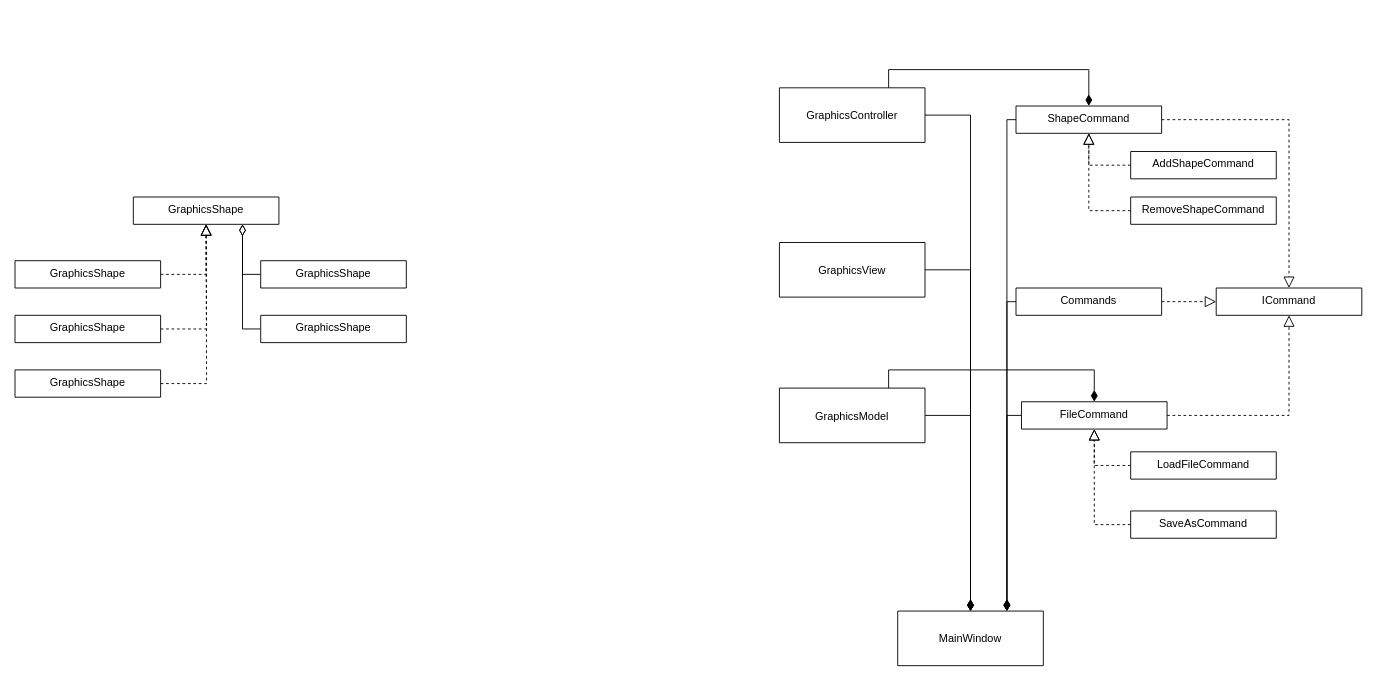
Above: Untitled Diagram.drawio in Rishat22/GraphicsEditorArchitecture (draw.io), before the change. Source tidied: cells renumbered, new cells numbered last; positions are measured from the earlier drawing's top-left corner, leaving out a move shared by most shapes. Both pictures are drawn from the tidied source at 91%, with x=0, y=0 at pixel (15, 87).
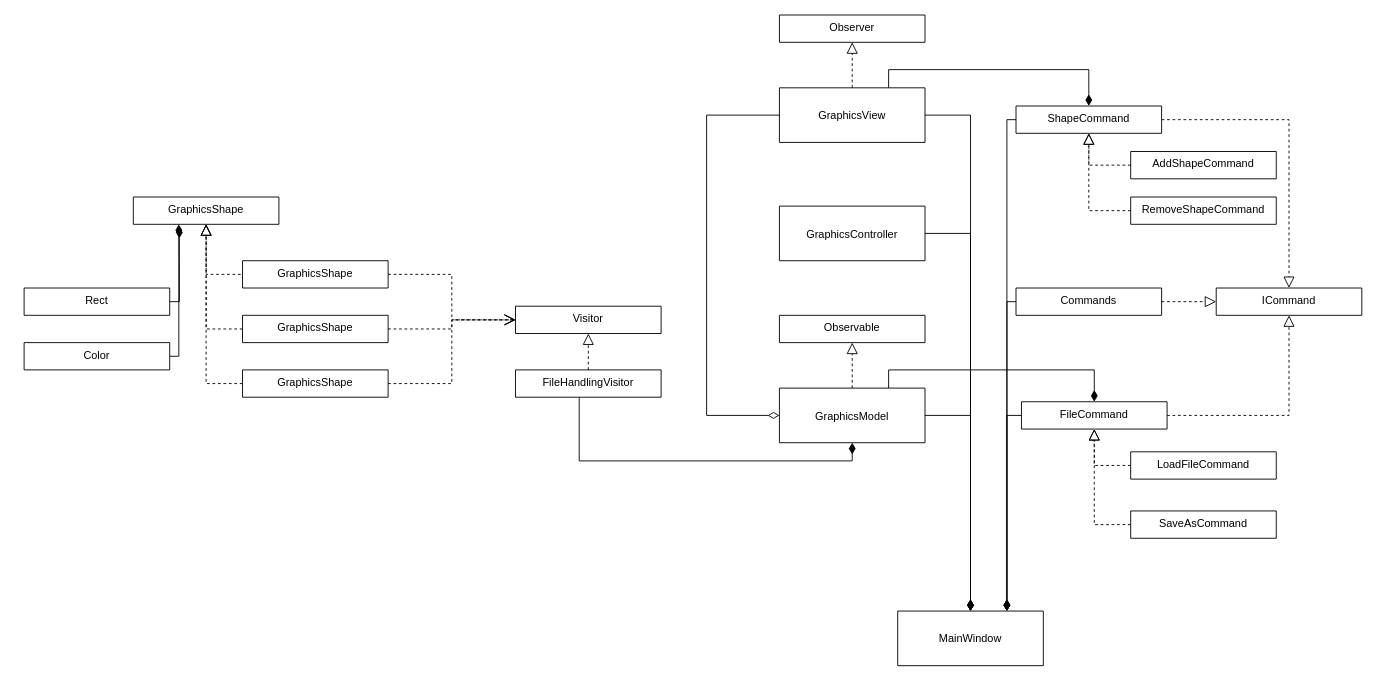
The same page after the edit.

The change refers to these unchanged cells:
```xml
<mxCell id="2" value="GraphicsShape" style="swimlane;fontStyle=0;align=center;verticalAlign=top;horizontal=1;startSize=88;rounded=0;shadow=0;strokeWidth=1;" parent="1" vertex="1">
  <mxGeometry x="130" y="120" width="160" height="30" as="geometry" />
</mxCell>
<mxCell id="15" value="GraphicsModel" style="swimlane;fontStyle=0;align=center;verticalAlign=middle;horizontal=1;startSize=88;rounded=0;shadow=0;strokeWidth=1;" parent="1" vertex="1">
  <mxGeometry x="840" y="330" width="160" height="60" as="geometry" />
</mxCell>
```

Diff of the diagram source:
```diff
@@
     <mxCell id="3" style="edgeStyle=orthogonalEdgeStyle;rounded=0;jettySize=auto;html=1;exitX=1;exitY=0.5;exitDx=0;exitDy=0;entryX=0.5;entryY=1;entryDx=0;entryDy=0;endSize=10;endArrow=block;endFill=0;dashed=1;" parent="1" edge="1" source="4" target="2">
-      <mxGeometry relative="1" as="geometry" />
+      <mxGeometry relative="1" as="geometry">
+        <Array as="points">
+          <mxPoint x="210" y="205" />
+        </Array>
+      </mxGeometry>
     </mxCell>
+    <mxCell id="40" style="edgeStyle=orthogonalEdgeStyle;rounded=0;jettySize=auto;html=1;entryX=0;entryY=0.5;entryDx=0;entryDy=0;endArrow=open;endFill=0;endSize=10;dashed=1;" parent="1" edge="1" source="4" target="53">
+      <mxGeometry relative="1" as="geometry" />
+    </mxCell>
     <mxCell id="4" value="GraphicsShape" style="swimlane;fontStyle=0;align=center;verticalAlign=top;horizontal=1;startSize=88;rounded=0;shadow=0;strokeWidth=1;" parent="1" vertex="1">
-      <mxGeometry y="190" width="160" height="30" as="geometry" />
+      <mxGeometry x="250" y="190" width="160" height="30" as="geometry" />
     </mxCell>
-    <mxCell id="5" style="edgeStyle=orthogonalEdgeStyle;rounded=0;jettySize=auto;html=1;exitX=1;exitY=0.5;exitDx=0;exitDy=0;endSize=10;endArrow=block;endFill=0;dashed=1;" parent="1" edge="1" source="6">
+    <mxCell id="5" style="edgeStyle=orthogonalEdgeStyle;rounded=0;jettySize=auto;html=1;exitX=0;exitY=0.5;exitDx=0;exitDy=0;endSize=10;endArrow=block;endFill=0;dashed=1;" parent="1" edge="1" source="6">
       <mxGeometry relative="1" as="geometry">
         <mxPoint x="210" y="150" as="targetPoint" />
+        <Array as="points">
+          <mxPoint x="210" y="265" />
+        </Array>
       </mxGeometry>
     </mxCell>
+    <mxCell id="41" style="edgeStyle=orthogonalEdgeStyle;rounded=0;jettySize=auto;html=1;entryX=0;entryY=0.5;entryDx=0;entryDy=0;endArrow=open;endFill=0;endSize=10;dashed=1;" parent="1" edge="1" source="6" target="53">
+      <mxGeometry relative="1" as="geometry" />
+    </mxCell>
     <mxCell id="6" value="GraphicsShape" style="swimlane;fontStyle=0;align=center;verticalAlign=top;horizontal=1;startSize=88;rounded=0;shadow=0;strokeWidth=1;" parent="1" vertex="1">
-      <mxGeometry y="250" width="160" height="30" as="geometry" />
+      <mxGeometry x="250" y="250" width="160" height="30" as="geometry" />
     </mxCell>
-    <mxCell id="7" style="edgeStyle=orthogonalEdgeStyle;rounded=0;jettySize=auto;html=1;exitX=1;exitY=0.5;exitDx=0;exitDy=0;endSize=10;endArrow=block;endFill=0;dashed=1;" parent="1" edge="1" source="8">
+    <mxCell id="7" style="edgeStyle=orthogonalEdgeStyle;rounded=0;jettySize=auto;html=1;exitX=0;exitY=0.5;exitDx=0;exitDy=0;endSize=10;endArrow=block;endFill=0;dashed=1;" parent="1" edge="1" source="8">
       <mxGeometry relative="1" as="geometry">
         <mxPoint x="210" y="150" as="targetPoint" />
+        <Array as="points">
+          <mxPoint x="210" y="325" />
+        </Array>
       </mxGeometry>
     </mxCell>
+    <mxCell id="42" style="edgeStyle=orthogonalEdgeStyle;rounded=0;jettySize=auto;html=1;entryX=0;entryY=0.5;entryDx=0;entryDy=0;endArrow=open;endFill=0;endSize=10;dashed=1;" parent="1" edge="1" source="8" target="53">
+      <mxGeometry relative="1" as="geometry" />
+    </mxCell>
     <mxCell id="8" value="GraphicsShape" style="swimlane;fontStyle=0;align=center;verticalAlign=top;horizontal=1;startSize=88;rounded=0;shadow=0;strokeWidth=1;" parent="1" vertex="1">
-      <mxGeometry y="310" width="160" height="30" as="geometry" />
+      <mxGeometry x="250" y="310" width="160" height="30" as="geometry" />
     </mxCell>
-    <mxCell id="9" style="edgeStyle=orthogonalEdgeStyle;rounded=0;jettySize=auto;html=1;exitX=0;exitY=0.5;exitDx=0;exitDy=0;endArrow=diamondThin;endFill=0;endSize=10;" parent="1" edge="1" source="10">
-      <mxGeometry relative="1" as="geometry">
-        <mxPoint x="250" y="150" as="targetPoint" />
-      </mxGeometry>
-    </mxCell>
+    <mxCell id="43" style="edgeStyle=orthogonalEdgeStyle;rounded=0;jettySize=auto;html=1;entryX=0.316;entryY=1.084;entryDx=0;entryDy=0;entryPerimeter=0;endArrow=diamondThin;endFill=1;endSize=10;" parent="1" edge="1" source="10" target="2">
+      <mxGeometry relative="1" as="geometry">
+        <Array as="points">
+          <mxPoint x="181" y="235" />
+        </Array>
+      </mxGeometry>
+    </mxCell>
-    <mxCell id="10" value="GraphicsShape" style="swimlane;fontStyle=0;align=center;verticalAlign=top;horizontal=1;startSize=88;rounded=0;shadow=0;strokeWidth=1;" parent="1" vertex="1">
-      <mxGeometry x="270" y="190" width="160" height="30" as="geometry" />
+    <mxCell id="10" value="Rect" style="swimlane;fontStyle=0;align=center;verticalAlign=top;horizontal=1;startSize=88;rounded=0;shadow=0;strokeWidth=1;" parent="1" vertex="1">
+      <mxGeometry x="10" y="220" width="160" height="30" as="geometry" />
     </mxCell>
-    <mxCell id="11" style="edgeStyle=orthogonalEdgeStyle;rounded=0;jettySize=auto;html=1;exitX=0;exitY=0.5;exitDx=0;exitDy=0;entryX=0.75;entryY=1;entryDx=0;entryDy=0;endArrow=diamondThin;endFill=0;endSize=10;" parent="1" edge="1" source="12" target="2">
-      <mxGeometry relative="1" as="geometry" />
-    </mxCell>
+    <mxCell id="44" style="edgeStyle=orthogonalEdgeStyle;rounded=0;jettySize=auto;html=1;endArrow=diamondThin;endFill=1;endSize=10;" parent="1" edge="1" source="12">
+      <mxGeometry relative="1" as="geometry">
+        <mxPoint x="180" y="150" as="targetPoint" />
+        <Array as="points">
+          <mxPoint x="180" y="295" />
+        </Array>
+      </mxGeometry>
+    </mxCell>
-    <mxCell id="12" value="GraphicsShape" style="swimlane;fontStyle=0;align=center;verticalAlign=top;horizontal=1;startSize=88;rounded=0;shadow=0;strokeWidth=1;" parent="1" vertex="1">
-      <mxGeometry x="270" y="250" width="160" height="30" as="geometry" />
+    <mxCell id="12" value="Color" style="swimlane;fontStyle=0;align=center;verticalAlign=top;horizontal=1;startSize=88;rounded=0;shadow=0;strokeWidth=1;" parent="1" vertex="1">
+      <mxGeometry x="10" y="280" width="160" height="30" as="geometry" />
     </mxCell>
@@
+    <mxCell id="45" style="edgeStyle=orthogonalEdgeStyle;rounded=0;jettySize=auto;html=1;entryX=0.5;entryY=1;entryDx=0;entryDy=0;endArrow=block;endFill=0;endSize=10;dashed=1;" parent="1" edge="1" source="15" target="49">
+      <mxGeometry relative="1" as="geometry" />
+    </mxCell>
@@
-    <mxCell id="18" value="GraphicsView" style="swimlane;fontStyle=0;align=center;verticalAlign=middle;horizontal=1;startSize=88;rounded=0;shadow=0;strokeWidth=1;" parent="1" vertex="1">
-      <mxGeometry x="840" y="170" width="160" height="60" as="geometry" />
+    <mxCell id="18" value="GraphicsController" style="swimlane;fontStyle=0;align=center;verticalAlign=middle;horizontal=1;startSize=88;rounded=0;shadow=0;strokeWidth=1;" parent="1" vertex="1">
+      <mxGeometry x="840" y="130" width="160" height="60" as="geometry" />
     </mxCell>
@@
+    <mxCell id="46" style="edgeStyle=orthogonalEdgeStyle;rounded=0;jettySize=auto;html=1;entryX=0.5;entryY=1;entryDx=0;entryDy=0;endArrow=block;endFill=0;endSize=10;dashed=1;" parent="1" edge="1" source="21" target="48">
+      <mxGeometry relative="1" as="geometry" />
+    </mxCell>
+    <mxCell id="47" style="edgeStyle=orthogonalEdgeStyle;rounded=0;jettySize=auto;html=1;entryX=0;entryY=0.5;entryDx=0;entryDy=0;endArrow=diamondThin;endFill=0;endSize=10;" parent="1" edge="1" source="21" target="15">
+      <mxGeometry relative="1" as="geometry">
+        <Array as="points">
+          <mxPoint x="760" y="30" />
+          <mxPoint x="760" y="360" />
+        </Array>
+      </mxGeometry>
+    </mxCell>
-    <mxCell id="21" value="GraphicsController" style="swimlane;fontStyle=0;align=center;verticalAlign=middle;horizontal=1;startSize=88;rounded=0;shadow=0;strokeWidth=1;" parent="1" vertex="1">
+    <mxCell id="21" value="GraphicsView" style="swimlane;fontStyle=0;align=center;verticalAlign=middle;horizontal=1;startSize=88;rounded=0;shadow=0;strokeWidth=1;" parent="1" vertex="1">
       <mxGeometry x="840" width="160" height="60" as="geometry" />
     </mxCell>
@@
+    <mxCell id="48" value="Observer" style="swimlane;fontStyle=0;align=center;verticalAlign=top;horizontal=1;startSize=88;rounded=0;shadow=0;strokeWidth=1;" parent="1" vertex="1">
+      <mxGeometry x="840" y="-80" width="160" height="30" as="geometry" />
+    </mxCell>
+    <mxCell id="49" value="Observable" style="swimlane;fontStyle=0;align=center;verticalAlign=top;horizontal=1;startSize=88;rounded=0;shadow=0;strokeWidth=1;" parent="1" vertex="1">
+      <mxGeometry x="840" y="250" width="160" height="30" as="geometry" />
+    </mxCell>
+    <mxCell id="50" style="edgeStyle=orthogonalEdgeStyle;rounded=0;jettySize=auto;html=1;entryX=0.5;entryY=1;entryDx=0;entryDy=0;dashed=1;endArrow=block;endFill=0;endSize=10;" parent="1" edge="1" source="52" target="53">
+      <mxGeometry relative="1" as="geometry" />
+    </mxCell>
+    <mxCell id="51" style="edgeStyle=orthogonalEdgeStyle;rounded=0;jettySize=auto;html=1;entryX=0.5;entryY=1;entryDx=0;entryDy=0;endArrow=diamondThin;endFill=1;endSize=10;" parent="1" edge="1" source="52" target="15">
+      <mxGeometry relative="1" as="geometry">
+        <Array as="points">
+          <mxPoint x="620" y="410" />
+          <mxPoint x="920" y="410" />
+        </Array>
+      </mxGeometry>
+    </mxCell>
+    <mxCell id="52" value="FileHandlingVisitor" style="swimlane;fontStyle=0;align=center;verticalAlign=top;horizontal=1;startSize=88;rounded=0;shadow=0;strokeWidth=1;" parent="1" vertex="1">
+      <mxGeometry x="550" y="310" width="160" height="30" as="geometry" />
+    </mxCell>
+    <mxCell id="53" value="Visitor" style="swimlane;fontStyle=0;align=center;verticalAlign=top;horizontal=1;startSize=88;rounded=0;shadow=0;strokeWidth=1;" parent="1" vertex="1">
+      <mxGeometry x="550" y="240" width="160" height="30" as="geometry" />
+    </mxCell>
```
